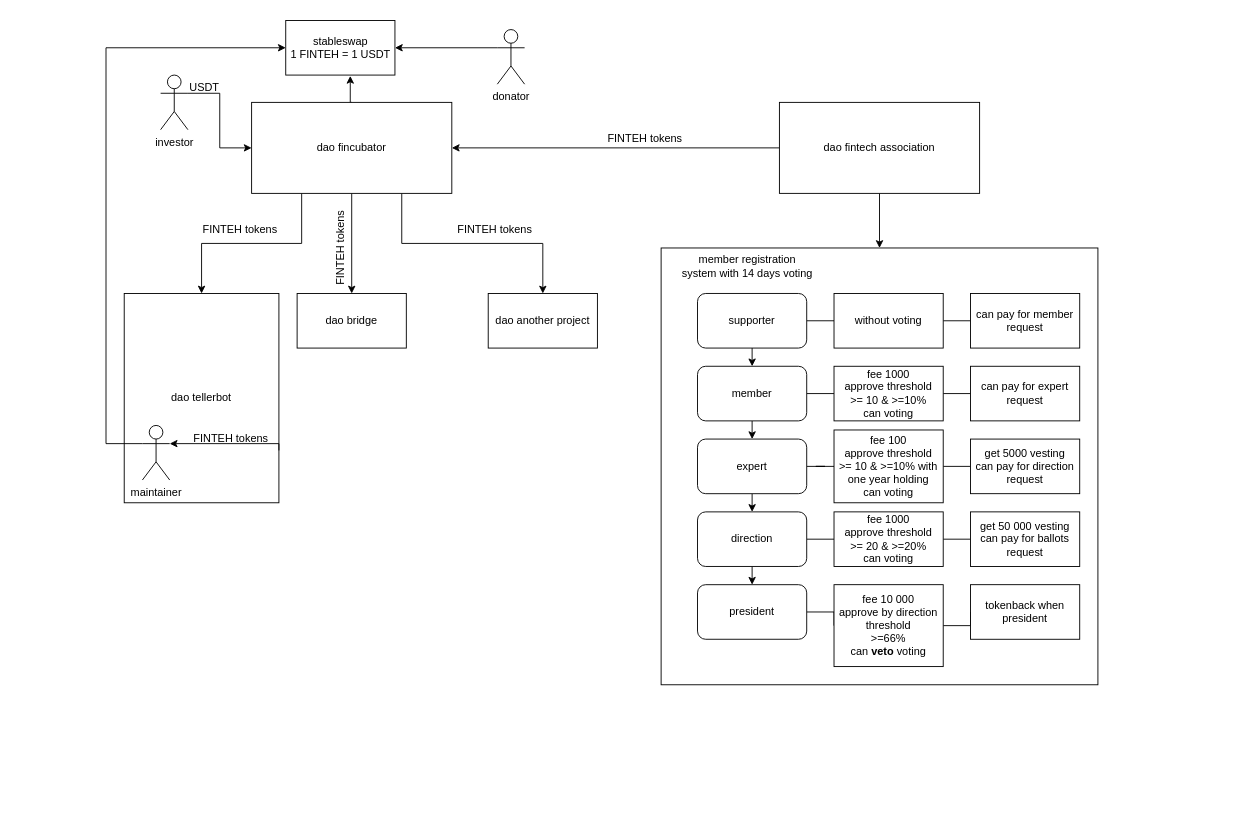
Earlier version of the draw.io diagram tokenomics.drawio (fincubator/fincubator). Source tidied: cells renumbered, new cells numbered last; positions are measured from the earlier drawing's top-left corner, leaving out a move shared by most shapes. Both pictures are drawn from the tidied source at 91%, with x=0, y=0 at pixel (106, 20).
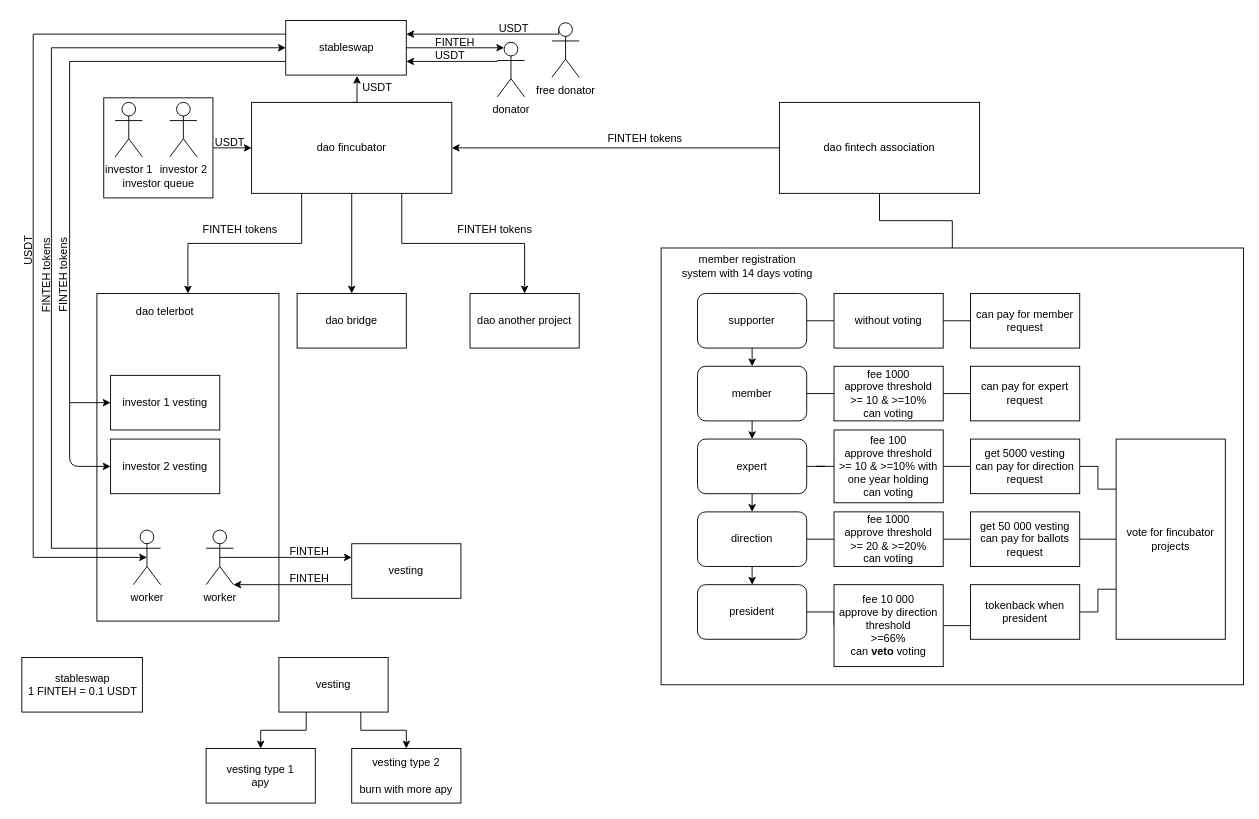
The same page after the edit.

Commit message:
dao&swap&vesting

The change refers to these unchanged cells:
```xml
<mxCell id="7" value="dao fincubator" style="rounded=0;whiteSpace=wrap;html=1;" parent="1" vertex="1">
  <mxGeometry x="160" y="90" width="220" height="100" as="geometry" />
</mxCell>
<mxCell id="12" value="dao fintech association" style="rounded=0;whiteSpace=wrap;html=1;" parent="1" vertex="1">
  <mxGeometry x="740" y="90" width="220" height="100" as="geometry" />
</mxCell>
<mxCell id="40" value="&lt;div&gt;get 5000 vesting&lt;/div&gt;&lt;div&gt;can pay for direction&lt;span class=&quot;VIiyi&quot; lang=&quot;en&quot;&gt;&lt;span class=&quot;JLqJ4b ChMk0b&quot;&gt;&lt;span&gt; request&lt;/span&gt;&lt;/span&gt;&lt;/span&gt;&lt;/div&gt; " style="rounded=0;whiteSpace=wrap;html=1;" parent="1" vertex="1">
  <mxGeometry x="950" y="460" width="120" height="60" as="geometry" />
</mxCell>
<mxCell id="41" value="&lt;div&gt;get 50 000 vesting&lt;/div&gt;&lt;div&gt;can pay for ballots&lt;span class=&quot;VIiyi&quot; lang=&quot;en&quot;&gt;&lt;span class=&quot;JLqJ4b ChMk0b&quot;&gt;&lt;span&gt; request&lt;/span&gt;&lt;/span&gt;&lt;/span&gt;&lt;/div&gt; " style="rounded=0;whiteSpace=wrap;html=1;" parent="1" vertex="1">
  <mxGeometry x="950" y="540" width="120" height="60" as="geometry" />
</mxCell>
<mxCell id="42" value="tokenback when president" style="rounded=0;whiteSpace=wrap;html=1;" parent="1" vertex="1">
  <mxGeometry x="950" y="620" width="120" height="60" as="geometry" />
</mxCell>
```

Change to the diagram source:
```diff
@@
+    <mxCell id="9" style="rounded=0;whiteSpace=wrap;html=1;align=left;" parent="1" vertex="1">
+      <mxGeometry x="-10" y="300" width="200" height="360" as="geometry" />
+    </mxCell>
     <mxCell id="2" style="rounded=0;whiteSpace=wrap;html=1;" parent="1" vertex="1">
-      <mxGeometry x="610" y="250" width="480" height="480" as="geometry" />
+      <mxGeometry x="610" y="250" width="640" height="480" as="geometry" />
     </mxCell>
@@
+    <mxCell id="58" style="edgeStyle=orthogonalEdgeStyle;rounded=0;jettySize=auto;html=1;exitX=1;exitY=0.5;exitDx=0;exitDy=0;entryX=0.25;entryY=0.1;entryDx=0;entryDy=0;entryPerimeter=0;startArrow=none;startFill=0;endArrow=classic;endFill=1;" parent="1" edge="1" source="8" target="55">
+      <mxGeometry relative="1" as="geometry">
+        <Array as="points">
+          <mxPoint x="380" y="30" />
+        </Array>
+      </mxGeometry>
+    </mxCell>
+    <mxCell id="59" style="edgeStyle=orthogonalEdgeStyle;rounded=0;jettySize=auto;html=1;exitX=0;exitY=0.25;exitDx=0;exitDy=0;entryX=0.5;entryY=0.5;entryDx=0;entryDy=0;entryPerimeter=0;startArrow=none;startFill=0;endArrow=classic;endFill=1;" parent="1" edge="1" source="8" target="51">
+      <mxGeometry relative="1" as="geometry">
+        <Array as="points">
+          <mxPoint x="-80" y="15" />
+          <mxPoint x="-80" y="590" />
+        </Array>
+      </mxGeometry>
+    </mxCell>
+    <mxCell id="60" style="edgeStyle=orthogonalEdgeStyle;rounded=0;jettySize=auto;html=1;exitX=0;exitY=0.75;exitDx=0;exitDy=0;entryX=0;entryY=0.5;entryDx=0;entryDy=0;startArrow=none;startFill=0;endArrow=classic;endFill=1;" parent="1" edge="1" source="8" target="77">
+      <mxGeometry relative="1" as="geometry">
+        <Array as="points">
+          <mxPoint x="-40" y="45" />
+          <mxPoint x="-40" y="420" />
+        </Array>
+      </mxGeometry>
+    </mxCell>
-    <mxCell id="8" value="&lt;div&gt;stableswap&lt;/div&gt;&lt;div&gt;1 FINTEH = 1 USDT&lt;br&gt;&lt;/div&gt;" style="rounded=0;whiteSpace=wrap;html=1;" parent="1" vertex="1">
-      <mxGeometry x="197.5" width="120" height="60" as="geometry" />
+    <mxCell id="8" value="&lt;div&gt;stableswap&lt;/div&gt;" style="rounded=0;whiteSpace=wrap;html=1;" parent="1" vertex="1">
+      <mxGeometry x="197.5" width="132.5" height="60" as="geometry" />
     </mxCell>
-    <mxCell id="9" value="dao tellerbot" style="rounded=0;whiteSpace=wrap;html=1;" parent="1" vertex="1">
-      <mxGeometry x="20" y="300" width="170" height="230" as="geometry" />
-    </mxCell>
-    <mxCell id="10" style="edgeStyle=orthogonalEdgeStyle;rounded=0;jettySize=auto;html=1;exitX=0.5;exitY=1;exitDx=0;exitDy=0;endArrow=classic;endFill=1;" parent="1" edge="1" source="12" target="2">
+    <mxCell id="10" style="edgeStyle=orthogonalEdgeStyle;rounded=0;jettySize=auto;html=1;exitX=0.5;exitY=1;exitDx=0;exitDy=0;endArrow=none;endFill=0;" parent="1" edge="1" source="12" target="2">
       <mxGeometry relative="1" as="geometry" />
     </mxCell>
@@
+    <mxCell id="61" style="edgeStyle=orthogonalEdgeStyle;rounded=0;jettySize=auto;html=1;exitX=1;exitY=0.5;exitDx=0;exitDy=0;entryX=0;entryY=0.25;entryDx=0;entryDy=0;startArrow=none;startFill=0;endArrow=none;endFill=0;" parent="1" edge="1" source="40" target="64">
+      <mxGeometry relative="1" as="geometry" />
+    </mxCell>
@@
+    <mxCell id="62" style="edgeStyle=orthogonalEdgeStyle;rounded=0;jettySize=auto;html=1;exitX=1;exitY=0.5;exitDx=0;exitDy=0;entryX=0;entryY=0.5;entryDx=0;entryDy=0;startArrow=none;startFill=0;endArrow=none;endFill=0;" parent="1" edge="1" source="41" target="64">
+      <mxGeometry relative="1" as="geometry" />
+    </mxCell>
@@
+    <mxCell id="63" style="edgeStyle=orthogonalEdgeStyle;rounded=0;jettySize=auto;html=1;exitX=1;exitY=0.5;exitDx=0;exitDy=0;entryX=0;entryY=0.75;entryDx=0;entryDy=0;startArrow=none;startFill=0;endArrow=none;endFill=0;" parent="1" edge="1" source="42" target="64">
+      <mxGeometry relative="1" as="geometry" />
+    </mxCell>
@@
     <mxCell id="44" value="dao another project" style="rounded=0;whiteSpace=wrap;html=1;" parent="1" vertex="1">
-      <mxGeometry x="420" y="300" width="120" height="60" as="geometry" />
+      <mxGeometry x="400" y="300" width="120" height="60" as="geometry" />
     </mxCell>
@@
     <mxCell id="48" value="FINTEH tokens" style="text;html=1;strokeColor=none;fillColor=none;align=center;verticalAlign=middle;whiteSpace=wrap;rounded=0;rotation=-90;" parent="1" vertex="1">
-      <mxGeometry x="210" y="240" width="95" height="20" as="geometry" />
+      <mxGeometry x="-93.5" y="270" width="95" height="20" as="geometry" />
     </mxCell>
     <mxCell id="49" style="edgeStyle=orthogonalEdgeStyle;rounded=0;jettySize=auto;html=1;exitX=0;exitY=0.3333333333333333;exitDx=0;exitDy=0;exitPerimeter=0;entryX=0;entryY=0.5;entryDx=0;entryDy=0;endArrow=classic;endFill=1;" parent="1" edge="1" source="51" target="8">
       <mxGeometry relative="1" as="geometry">
         <Array as="points">
-          <mxPoint y="465" />
-          <mxPoint y="30" />
+          <mxPoint x="-60" y="580" />
+          <mxPoint x="-60" y="30" />
         </Array>
       </mxGeometry>
     </mxCell>
-    <mxCell id="50" style="edgeStyle=orthogonalEdgeStyle;rounded=0;jettySize=auto;html=1;exitX=1;exitY=0.3333333333333333;exitDx=0;exitDy=0;exitPerimeter=0;entryX=1;entryY=0.75;entryDx=0;entryDy=0;startArrow=classic;startFill=1;endArrow=none;endFill=0;" parent="1" edge="1" source="51" target="9">
-      <mxGeometry relative="1" as="geometry">
-        <Array as="points">
-          <mxPoint x="70" y="465" />
-        </Array>
-      </mxGeometry>
-    </mxCell>
-    <mxCell id="51" value="maintainer" style="shape=umlActor;verticalLabelPosition=bottom;verticalAlign=top;html=1;outlineConnect=0;" parent="1" vertex="1">
-      <mxGeometry x="40" y="445" width="30" height="60" as="geometry" />
+    <mxCell id="51" value="worker" style="shape=umlActor;verticalLabelPosition=bottom;verticalAlign=top;html=1;outlineConnect=0;" parent="1" vertex="1">
+      <mxGeometry x="30" y="560" width="30" height="60" as="geometry" />
     </mxCell>
-    <mxCell id="52" style="edgeStyle=orthogonalEdgeStyle;rounded=0;jettySize=auto;html=1;exitX=1;exitY=0.3333333333333333;exitDx=0;exitDy=0;exitPerimeter=0;endArrow=classic;endFill=1;" parent="1" edge="1" source="53" target="7">
-      <mxGeometry relative="1" as="geometry" />
-    </mxCell>
-    <mxCell id="53" value="investor" style="shape=umlActor;verticalLabelPosition=bottom;verticalAlign=top;html=1;outlineConnect=0;" parent="1" vertex="1">
-      <mxGeometry x="60" y="60" width="30" height="60" as="geometry" />
-    </mxCell>
-    <mxCell id="54" style="edgeStyle=orthogonalEdgeStyle;rounded=0;jettySize=auto;html=1;exitX=0;exitY=0.3333333333333333;exitDx=0;exitDy=0;exitPerimeter=0;entryX=1;entryY=0.5;entryDx=0;entryDy=0;startArrow=none;startFill=0;endArrow=classic;endFill=1;" parent="1" edge="1" source="55" target="8">
-      <mxGeometry relative="1" as="geometry" />
+    <mxCell id="54" style="edgeStyle=orthogonalEdgeStyle;rounded=0;jettySize=auto;html=1;exitX=0;exitY=0.3333333333333333;exitDx=0;exitDy=0;exitPerimeter=0;entryX=1;entryY=0.75;entryDx=0;entryDy=0;startArrow=none;startFill=0;endArrow=classic;endFill=1;" parent="1" edge="1" source="55" target="8">
+      <mxGeometry relative="1" as="geometry">
+        <Array as="points">
+          <mxPoint x="430" y="45" />
+        </Array>
+      </mxGeometry>
     </mxCell>
     <mxCell id="55" value="donator" style="shape=umlActor;verticalLabelPosition=bottom;verticalAlign=top;html=1;outlineConnect=0;" parent="1" vertex="1">
-      <mxGeometry x="430" y="10" width="30" height="60" as="geometry" />
+      <mxGeometry x="430" y="24" width="30" height="60" as="geometry" />
     </mxCell>
     <mxCell id="56" value="USDT" style="text;whiteSpace=wrap;html=1;" parent="1" vertex="1">
-      <mxGeometry x="90" y="60" width="60" height="30" as="geometry" />
+      <mxGeometry x="117.5" y="120" width="60" height="30" as="geometry" />
     </mxCell>
+    <mxCell id="64" value="vote for fincubator projects" style="rounded=0;whiteSpace=wrap;html=1;" parent="1" vertex="1">
+      <mxGeometry x="1110" y="460" width="120" height="220" as="geometry" />
+    </mxCell>
+    <mxCell id="65" value="USDT" style="text;whiteSpace=wrap;html=1;" parent="1" vertex="1">
+      <mxGeometry x="360" y="25" width="60" height="15" as="geometry" />
+    </mxCell>
+    <mxCell id="66" value="USDT" style="text;whiteSpace=wrap;html=1;" parent="1" vertex="1">
+      <mxGeometry x="280" y="60" width="60" height="30" as="geometry" />
+    </mxCell>
+    <mxCell id="67" style="edgeStyle=orthogonalEdgeStyle;rounded=0;jettySize=auto;html=1;exitX=1;exitY=0.5;exitDx=0;exitDy=0;entryX=0;entryY=0.5;entryDx=0;entryDy=0;startArrow=none;startFill=0;endArrow=classic;endFill=1;" parent="1" edge="1" source="68" target="7">
+      <mxGeometry relative="1" as="geometry" />
+    </mxCell>
+    <mxCell id="68" style="rounded=0;whiteSpace=wrap;html=1;" parent="1" vertex="1">
+      <mxGeometry x="-2.5" y="85" width="120" height="110" as="geometry" />
+    </mxCell>
+    <mxCell id="53" value="investor 1" style="shape=umlActor;verticalLabelPosition=bottom;verticalAlign=top;html=1;outlineConnect=0;" parent="1" vertex="1">
+      <mxGeometry x="10" y="90" width="30" height="60" as="geometry" />
+    </mxCell>
+    <mxCell id="69" value="investor 2" style="shape=umlActor;verticalLabelPosition=bottom;verticalAlign=top;html=1;" parent="1" vertex="1">
+      <mxGeometry x="70" y="90" width="30" height="60" as="geometry" />
+    </mxCell>
+    <mxCell id="70" value="investor queue" style="text;html=1;strokeColor=none;fillColor=none;align=center;verticalAlign=middle;whiteSpace=wrap;rounded=0;" parent="1" vertex="1">
+      <mxGeometry x="12.5" y="170" width="90" height="20" as="geometry" />
+    </mxCell>
+    <mxCell id="71" value="&lt;div&gt;stableswap&lt;/div&gt;&lt;div&gt;1 FINTEH = 0.1 USDT&lt;br&gt;&lt;/div&gt;" style="rounded=0;whiteSpace=wrap;html=1;" parent="1" vertex="1">
+      <mxGeometry x="-92.5" y="700" width="132.5" height="60" as="geometry" />
+    </mxCell>
+    <mxCell id="72" style="edgeStyle=orthogonalEdgeStyle;rounded=0;jettySize=auto;html=1;exitX=0.25;exitY=0.1;exitDx=0;exitDy=0;exitPerimeter=0;entryX=1;entryY=0.25;entryDx=0;entryDy=0;startArrow=none;startFill=0;endArrow=classic;endFill=1;" parent="1" edge="1" source="73" target="8">
+      <mxGeometry relative="1" as="geometry">
+        <Array as="points">
+          <mxPoint x="497" y="15" />
+        </Array>
+      </mxGeometry>
+    </mxCell>
+    <mxCell id="73" value="free donator" style="shape=umlActor;verticalLabelPosition=bottom;verticalAlign=top;html=1;outlineConnect=0;" parent="1" vertex="1">
+      <mxGeometry x="490" y="2.5" width="30" height="60" as="geometry" />
+    </mxCell>
+    <mxCell id="74" value="FINTEH" style="text;whiteSpace=wrap;html=1;" parent="1" vertex="1">
+      <mxGeometry x="360" y="10" width="60" height="30" as="geometry" />
+    </mxCell>
+    <mxCell id="75" value="USDT" style="text;whiteSpace=wrap;html=1;" parent="1" vertex="1">
+      <mxGeometry x="430" y="-5" width="60" height="15" as="geometry" />
+    </mxCell>
+    <mxCell id="76" value="USDT" style="text;whiteSpace=wrap;html=1;rotation=-90;" parent="1" vertex="1">
+      <mxGeometry x="-114" y="226" width="60" height="30" as="geometry" />
+    </mxCell>
+    <mxCell id="77" value="investor 1 vesting" style="rounded=0;whiteSpace=wrap;html=1;" parent="1" vertex="1">
+      <mxGeometry x="5" y="390" width="120" height="60" as="geometry" />
+    </mxCell>
+    <mxCell id="78" value="investor 2 vesting" style="rounded=0;whiteSpace=wrap;html=1;" parent="1" vertex="1">
+      <mxGeometry x="5" y="460" width="120" height="60" as="geometry" />
+    </mxCell>
+    <mxCell id="79" value="dao telerbot" style="text;html=1;strokeColor=none;fillColor=none;align=center;verticalAlign=middle;whiteSpace=wrap;rounded=0;" parent="1" vertex="1">
+      <mxGeometry x="30" y="310" width="70" height="20" as="geometry" />
+    </mxCell>
-    <mxCell id="57" value="FINTEH tokens" style="text;html=1;strokeColor=none;fillColor=none;align=center;verticalAlign=middle;whiteSpace=wrap;rounded=0;" parent="1" vertex="1">
-      <mxGeometry x="90" y="450" width="95" height="20" as="geometry" />
+    <mxCell id="57" value="FINTEH tokens" style="text;html=1;strokeColor=none;fillColor=none;align=center;verticalAlign=middle;whiteSpace=wrap;rounded=0;rotation=-90;" parent="1" vertex="1">
+      <mxGeometry x="-113" y="270" width="95" height="20" as="geometry" />
     </mxCell>
+    <mxCell id="80" style="endArrow=classic;html=1;entryX=0;entryY=0.5;entryDx=0;entryDy=0;" parent="1" edge="1" target="78">
+      <mxGeometry relative="1" as="geometry">
+        <mxPoint x="-40" y="420" as="sourcePoint" />
+        <Array as="points">
+          <mxPoint x="-40" y="490" />
+        </Array>
+      </mxGeometry>
+    </mxCell>
+    <mxCell id="81" style="edgeStyle=orthogonalEdgeStyle;rounded=0;jettySize=auto;html=1;exitX=0.5;exitY=0.5;exitDx=0;exitDy=0;exitPerimeter=0;entryX=0;entryY=0.25;entryDx=0;entryDy=0;startArrow=none;startFill=0;endArrow=classic;endFill=1;" parent="1" edge="1" source="82" target="84">
+      <mxGeometry relative="1" as="geometry" />
+    </mxCell>
+    <mxCell id="82" value="worker" style="shape=umlActor;verticalLabelPosition=bottom;verticalAlign=top;html=1;outlineConnect=0;" parent="1" vertex="1">
+      <mxGeometry x="110" y="560" width="30" height="60" as="geometry" />
+    </mxCell>
+    <mxCell id="83" style="edgeStyle=orthogonalEdgeStyle;rounded=0;jettySize=auto;html=1;exitX=0;exitY=0.75;exitDx=0;exitDy=0;entryX=1;entryY=1;entryDx=0;entryDy=0;entryPerimeter=0;startArrow=none;startFill=0;endArrow=classic;endFill=1;" parent="1" edge="1" source="84" target="82">
+      <mxGeometry relative="1" as="geometry">
+        <Array as="points">
+          <mxPoint x="240" y="620" />
+          <mxPoint x="240" y="620" />
+        </Array>
+      </mxGeometry>
+    </mxCell>
+    <mxCell id="84" value="vesting" style="rounded=0;whiteSpace=wrap;html=1;" parent="1" vertex="1">
+      <mxGeometry x="270" y="575" width="120" height="60" as="geometry" />
+    </mxCell>
+    <mxCell id="85" value="FINTEH" style="text;whiteSpace=wrap;html=1;" parent="1" vertex="1">
+      <mxGeometry x="200" y="570" width="60" height="30" as="geometry" />
+    </mxCell>
+    <mxCell id="86" value="FINTEH" style="text;whiteSpace=wrap;html=1;" parent="1" vertex="1">
+      <mxGeometry x="200" y="600" width="60" height="30" as="geometry" />
+    </mxCell>
+    <mxCell id="87" style="edgeStyle=orthogonalEdgeStyle;rounded=0;jettySize=auto;html=1;exitX=0.75;exitY=1;exitDx=0;exitDy=0;entryX=0.5;entryY=0;entryDx=0;entryDy=0;startArrow=none;startFill=0;endArrow=classic;endFill=1;" parent="1" edge="1" source="89" target="91">
+      <mxGeometry relative="1" as="geometry" />
+    </mxCell>
+    <mxCell id="88" style="edgeStyle=orthogonalEdgeStyle;rounded=0;jettySize=auto;html=1;exitX=0.25;exitY=1;exitDx=0;exitDy=0;startArrow=none;startFill=0;endArrow=classic;endFill=1;" parent="1" edge="1" source="89" target="90">
+      <mxGeometry relative="1" as="geometry" />
+    </mxCell>
+    <mxCell id="89" value="vesting" style="rounded=0;whiteSpace=wrap;html=1;" parent="1" vertex="1">
+      <mxGeometry x="190" y="700" width="120" height="60" as="geometry" />
+    </mxCell>
+    <mxCell id="90" value="&lt;div&gt;vesting type 1&lt;/div&gt;&lt;div&gt;apy&lt;/div&gt;" style="rounded=0;whiteSpace=wrap;html=1;" parent="1" vertex="1">
+      <mxGeometry x="110" y="800" width="120" height="60" as="geometry" />
+    </mxCell>
+    <mxCell id="91" value="&lt;div&gt;vesting type 2&lt;/div&gt;&lt;div&gt;&lt;br&gt;&lt;/div&gt;burn with more apy" style="rounded=0;whiteSpace=wrap;html=1;" parent="1" vertex="1">
+      <mxGeometry x="270" y="800" width="120" height="60" as="geometry" />
+    </mxCell>
```
